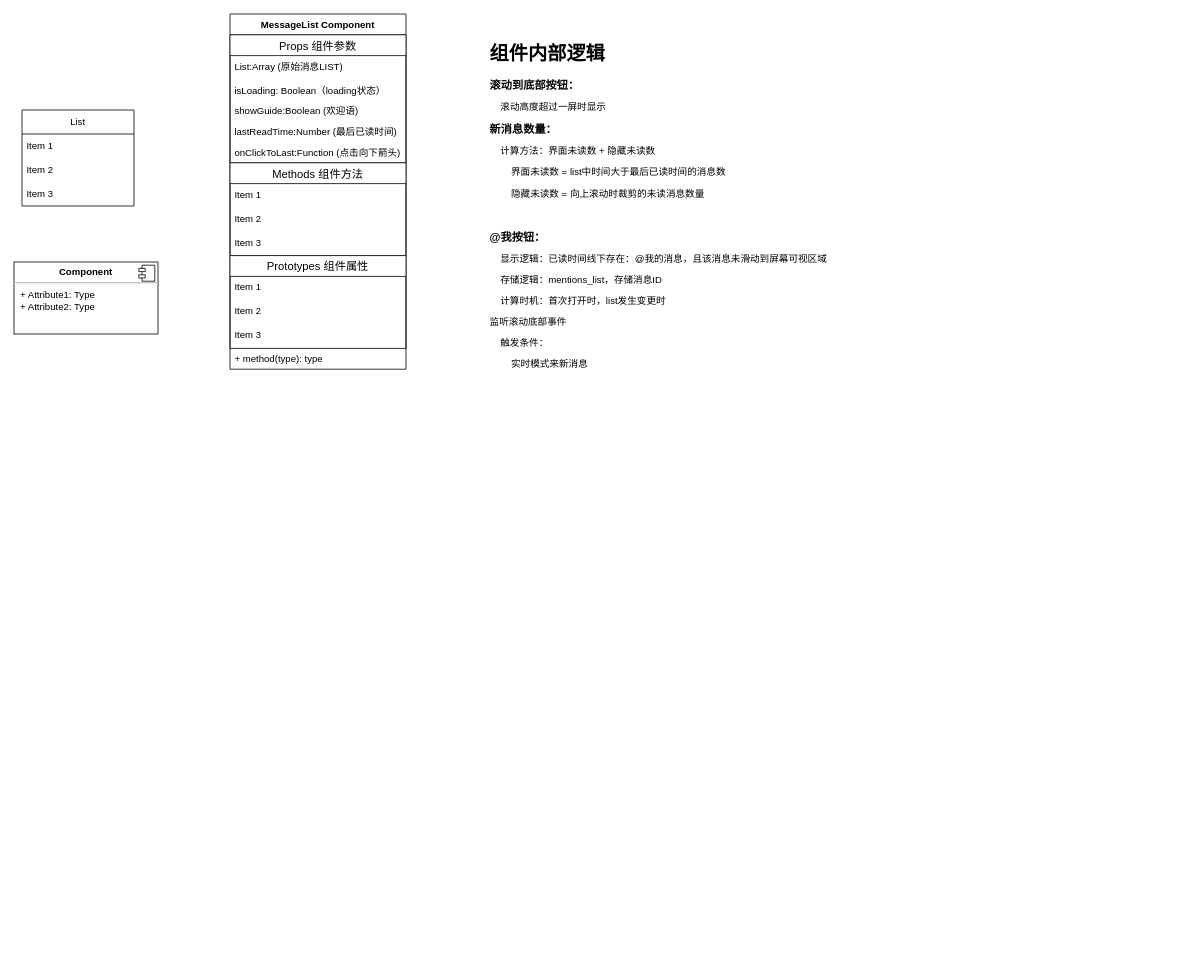
Before: TextRoom.drawio in ccccccp/draw-io, a draw.io diagram. Source tidied: cells renumbered, new cells numbered last; positions are measured from the earlier drawing's top-left corner, leaving out a move shared by most shapes. Both pictures are drawn from the tidied source at 80%, with x=0, y=0 at pixel (14, 14).
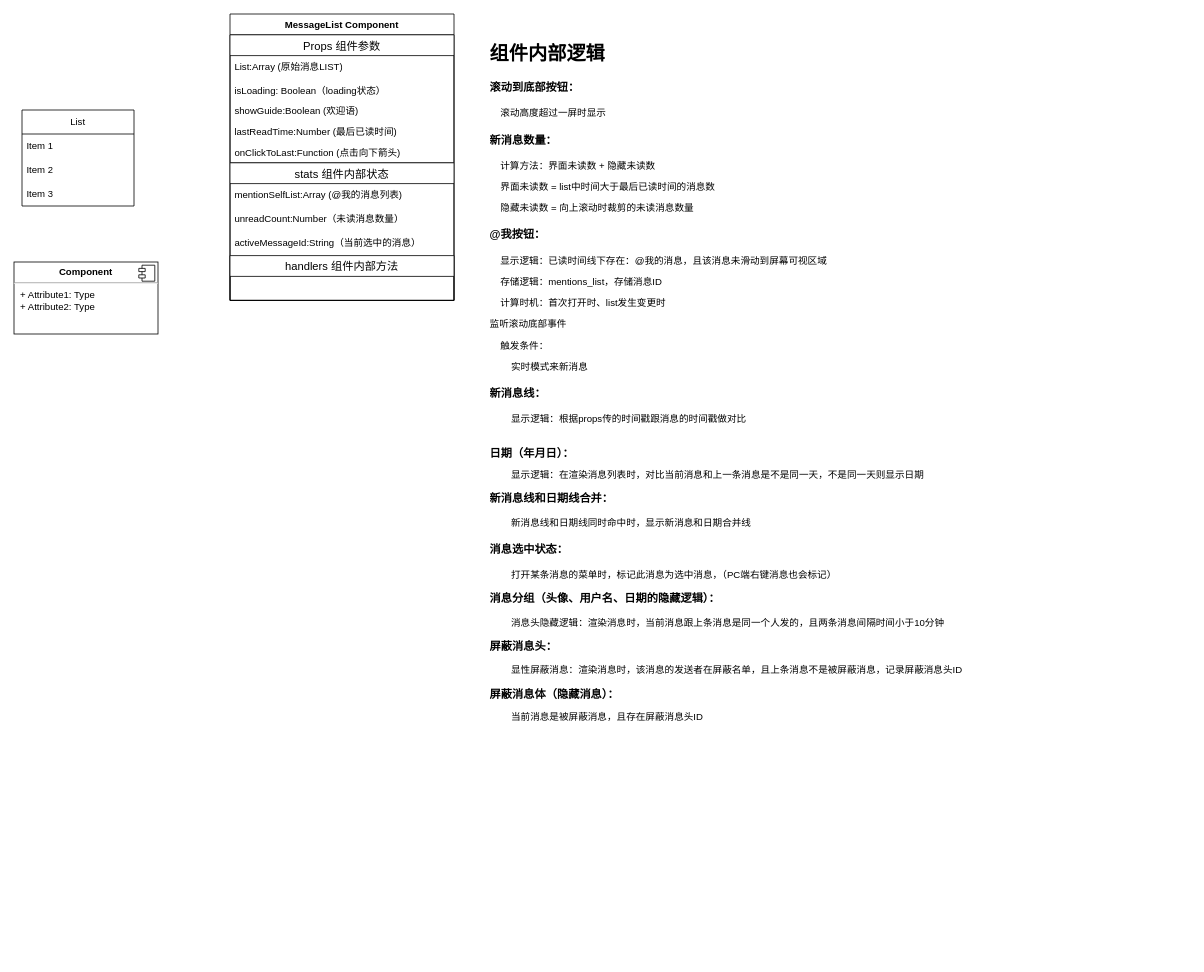
After the change.

The edit, as a diff of the source:
```diff
@@
     <mxCell id="8" value="MessageList Component" style="swimlane;fontStyle=1;align=center;verticalAlign=top;horizontal=1;startSize=26;whiteSpace=wrap;html=1;" parent="1" vertex="1">
-      <mxGeometry x="270" width="220" height="444" as="geometry" />
+      <mxGeometry x="270" width="280" height="358" as="geometry" />
     </mxCell>
     <mxCell id="9" value="Props 组件参数" style="swimlane;fontStyle=0;horizontal=1;startSize=26;align=center;fontSize=14;" parent="8" vertex="1">
-      <mxGeometry y="26" width="220" height="160" as="geometry" />
+      <mxGeometry y="26" width="280" height="160" as="geometry" />
     </mxCell>
     <mxCell id="10" value="List:Array (原始消息LIST)" style="text;strokeColor=none;fillColor=none;spacingLeft=4;spacingRight=4;overflow=hidden;fontSize=12;whiteSpace=wrap;html=1;" parent="9" vertex="1">
-      <mxGeometry y="26" width="220" height="30" as="geometry" />
+      <mxGeometry y="26" width="280" height="30" as="geometry" />
     </mxCell>
     <mxCell id="11" value="isLoading: Boolean（loading状态）" style="text;strokeColor=none;fillColor=none;align=left;verticalAlign=top;spacingLeft=4;spacingRight=4;overflow=hidden;whiteSpace=wrap;html=1;" parent="9" vertex="1">
-      <mxGeometry y="56" width="220" height="26" as="geometry" />
+      <mxGeometry y="56" width="280" height="26" as="geometry" />
     </mxCell>
     <mxCell id="12" value="showGuide:Boolean (欢迎语)" style="text;strokeColor=none;fillColor=none;align=left;verticalAlign=top;spacingLeft=4;spacingRight=4;overflow=hidden;whiteSpace=wrap;html=1;" parent="9" vertex="1">
-      <mxGeometry y="82" width="220" height="26" as="geometry" />
+      <mxGeometry y="82" width="280" height="26" as="geometry" />
     </mxCell>
     <mxCell id="13" value="lastReadTime:Number (最后已读时间)" style="text;strokeColor=none;fillColor=none;align=left;verticalAlign=top;spacingLeft=4;spacingRight=4;overflow=hidden;whiteSpace=wrap;html=1;" parent="9" vertex="1">
-      <mxGeometry y="108" width="220" height="26" as="geometry" />
+      <mxGeometry y="108" width="280" height="26" as="geometry" />
     </mxCell>
     <mxCell id="14" value="onClickToLast:Function (点击向下箭头)" style="text;strokeColor=none;fillColor=none;align=left;verticalAlign=top;spacingLeft=4;spacingRight=4;overflow=hidden;whiteSpace=wrap;html=1;" parent="9" vertex="1">
-      <mxGeometry y="134" width="220" height="26" as="geometry" />
+      <mxGeometry y="134" width="280" height="26" as="geometry" />
     </mxCell>
-    <mxCell id="15" value="Methods 组件方法" style="swimlane;fontStyle=0;horizontal=1;startSize=26;align=center;fontSize=14;" parent="8" vertex="1">
-      <mxGeometry y="186" width="220" height="116" as="geometry" />
-    </mxCell>
-    <mxCell id="16" value="Item 1" style="text;strokeColor=none;fillColor=none;spacingLeft=4;spacingRight=4;overflow=hidden;fontSize=12;whiteSpace=wrap;html=1;" parent="15" vertex="1">
-      <mxGeometry y="26" width="220" height="30" as="geometry" />
-    </mxCell>
-    <mxCell id="17" value="Item 2" style="text;strokeColor=none;fillColor=none;spacingLeft=4;spacingRight=4;overflow=hidden;fontSize=12;whiteSpace=wrap;html=1;" parent="15" vertex="1">
-      <mxGeometry y="56" width="220" height="30" as="geometry" />
-    </mxCell>
-    <mxCell id="18" value="Item 3" style="text;strokeColor=none;fillColor=none;spacingLeft=4;spacingRight=4;overflow=hidden;fontSize=12;whiteSpace=wrap;html=1;" parent="15" vertex="1">
-      <mxGeometry y="86" width="220" height="30" as="geometry" />
-    </mxCell>
-    <mxCell id="19" value="Prototypes 组件属性" style="swimlane;fontStyle=0;horizontal=1;startSize=26;align=center;fontSize=14;" parent="8" vertex="1">
-      <mxGeometry y="302" width="220" height="116" as="geometry" />
+    <mxCell id="19" value="stats 组件内部状态" style="swimlane;fontStyle=0;horizontal=1;startSize=26;align=center;fontSize=14;" parent="8" vertex="1">
+      <mxGeometry y="186" width="280" height="172" as="geometry" />
     </mxCell>
-    <mxCell id="20" value="Item 1" style="text;strokeColor=none;fillColor=none;spacingLeft=4;spacingRight=4;overflow=hidden;fontSize=12;whiteSpace=wrap;html=1;" parent="19" vertex="1">
-      <mxGeometry y="26" width="220" height="30" as="geometry" />
+    <mxCell id="20" value="mentionSelfList:Array (@我的消息列表)" style="text;strokeColor=none;fillColor=none;spacingLeft=4;spacingRight=4;overflow=hidden;fontSize=12;whiteSpace=wrap;html=1;" parent="19" vertex="1">
+      <mxGeometry y="26" width="280" height="30" as="geometry" />
     </mxCell>
-    <mxCell id="21" value="Item 2" style="text;strokeColor=none;fillColor=none;spacingLeft=4;spacingRight=4;overflow=hidden;fontSize=12;whiteSpace=wrap;html=1;" parent="19" vertex="1">
-      <mxGeometry y="56" width="220" height="30" as="geometry" />
+    <mxCell id="21" value="unreadCount:Number（未读消息数量）" style="text;strokeColor=none;fillColor=none;spacingLeft=4;spacingRight=4;overflow=hidden;fontSize=12;whiteSpace=wrap;html=1;" parent="19" vertex="1">
+      <mxGeometry y="56" width="280" height="30" as="geometry" />
     </mxCell>
-    <mxCell id="22" value="Item 3" style="text;strokeColor=none;fillColor=none;spacingLeft=4;spacingRight=4;overflow=hidden;fontSize=12;whiteSpace=wrap;html=1;" parent="19" vertex="1">
-      <mxGeometry y="86" width="220" height="30" as="geometry" />
-    </mxCell>
-    <mxCell id="23" value="+ method(type): type" style="text;strokeColor=none;fillColor=none;align=left;verticalAlign=top;spacingLeft=4;spacingRight=4;overflow=hidden;whiteSpace=wrap;html=1;" parent="8" vertex="1">
-      <mxGeometry y="418" width="220" height="26" as="geometry" />
-    </mxCell>
+    <mxCell id="25" value="activeMessageId:String（当前选中的消息）" style="text;strokeColor=none;fillColor=none;spacingLeft=4;spacingRight=4;overflow=hidden;fontSize=12;whiteSpace=wrap;html=1;" parent="19" vertex="1">
+      <mxGeometry y="86" width="280" height="30" as="geometry" />
+    </mxCell>
+    <mxCell id="26" value="handlers 组件内部方法" style="swimlane;fontStyle=0;horizontal=1;startSize=26;align=center;fontSize=14;" parent="19" vertex="1">
+      <mxGeometry y="116" width="280" height="56" as="geometry" />
+    </mxCell>
-    <mxCell id="24" value="&lt;h1&gt;组件内部逻辑&lt;br&gt;&lt;/h1&gt;&lt;p&gt;&lt;b&gt;&lt;font style=&quot;font-size: 14px;&quot;&gt;滚动到底部按钮：&lt;/font&gt;&lt;/b&gt;&lt;/p&gt;&lt;p&gt;&lt;span style=&quot;&quot;&gt;&lt;span style=&quot;white-space: pre;&quot;&gt;&amp;nbsp;&amp;nbsp;&amp;nbsp;&amp;nbsp;&lt;/span&gt;&lt;/span&gt;滚动高度超过一屏时显示&lt;/p&gt;&lt;p&gt;&lt;font style=&quot;font-size: 14px;&quot;&gt;&lt;b&gt;新消息数量：&lt;/b&gt;&lt;/font&gt;&lt;/p&gt;&lt;p&gt;&lt;span style=&quot;&quot;&gt;&lt;span style=&quot;white-space: pre;&quot;&gt;&amp;nbsp;&amp;nbsp;&amp;nbsp;&amp;nbsp;计算方法：界面未读数 + 隐藏未读数&lt;/span&gt;&lt;/span&gt;&lt;br&gt;&lt;/p&gt;&lt;p&gt;&lt;span style=&quot;white-space: pre;&quot;&gt;&#9;&lt;/span&gt;界面未读数 = list中时间大于最后已读时间的消息数&lt;br&gt;&lt;/p&gt;&lt;p&gt;&lt;span style=&quot;white-space: pre;&quot;&gt;&#9;&lt;/span&gt;隐藏未读数 = 向上滚动时裁剪的未读消息数量&lt;br&gt;&lt;/p&gt;&lt;p&gt;&lt;br&gt;&lt;/p&gt;&lt;p style=&quot;border-color: var(--border-color);&quot;&gt;&lt;font style=&quot;border-color: var(--border-color); font-size: 14px;&quot;&gt;&lt;b style=&quot;border-color: var(--border-color);&quot;&gt;@我按钮：&lt;/b&gt;&lt;/font&gt;&lt;/p&gt;&lt;p style=&quot;border-color: var(--border-color);&quot;&gt;&lt;span style=&quot;white-space: pre;&quot;&gt;&amp;nbsp;&amp;nbsp;&amp;nbsp;&amp;nbsp;显示逻辑：已读时间线下存在：@我的消息，且该消息未滑动到屏幕可视区域&lt;/span&gt;&lt;/p&gt;&lt;p style=&quot;border-color: var(--border-color);&quot;&gt;&amp;nbsp; &amp;nbsp; 存储逻辑：mentions_list，存储消息ID&lt;/p&gt;&lt;p style=&quot;border-color: var(--border-color);&quot;&gt;&amp;nbsp; &amp;nbsp; 计算时机：首次打开时，list发生变更时&lt;/p&gt;&lt;p style=&quot;border-color: var(--border-color);&quot;&gt;监听滚动底部事件&lt;/p&gt;&lt;p style=&quot;border-color: var(--border-color);&quot;&gt;&amp;nbsp; &amp;nbsp; 触发条件：&lt;/p&gt;&lt;p style=&quot;border-color: var(--border-color);&quot;&gt;&amp;nbsp; &amp;nbsp; &amp;nbsp; &amp;nbsp; 实时模式来新消息&lt;/p&gt;&lt;p style=&quot;border-color: var(--border-color);&quot;&gt;&lt;br&gt;&lt;/p&gt;" style="text;html=1;spacing=5;spacingTop=-20;whiteSpace=wrap;overflow=hidden;rounded=0;" parent="1" vertex="1">
+    <mxCell id="24" value="&lt;h1&gt;组件内部逻辑&lt;br&gt;&lt;/h1&gt;&lt;h2&gt;&lt;b&gt;&lt;font style=&quot;font-size: 14px;&quot;&gt;滚动到底部按钮：&lt;/font&gt;&lt;/b&gt;&lt;/h2&gt;&lt;p&gt;&lt;span style=&quot;&quot;&gt;&lt;span style=&quot;&quot;&gt;&amp;nbsp;&amp;nbsp;&amp;nbsp;&amp;nbsp;&lt;/span&gt;&lt;/span&gt;滚动高度超过一屏时显示&lt;/p&gt;&lt;h2&gt;&lt;font style=&quot;font-size: 14px;&quot;&gt;&lt;b&gt;新消息数量：&lt;/b&gt;&lt;/font&gt;&lt;/h2&gt;&lt;p&gt;&lt;span style=&quot;&quot;&gt;&lt;span style=&quot;&quot;&gt;&amp;nbsp;&amp;nbsp;&amp;nbsp;&amp;nbsp;计算方法：界面未读数 + 隐藏未读数&lt;/span&gt;&lt;/span&gt;&lt;br&gt;&lt;/p&gt;&lt;p&gt;&lt;span style=&quot;&quot;&gt;&lt;span style=&quot;white-space: pre;&quot;&gt;&amp;nbsp;&amp;nbsp;&amp;nbsp;&amp;nbsp;&lt;/span&gt;&lt;/span&gt;界面未读数 = list中时间大于最后已读时间的消息数&lt;br&gt;&lt;/p&gt;&lt;p&gt;&lt;span style=&quot;&quot;&gt;&lt;span style=&quot;white-space: pre;&quot;&gt;&amp;nbsp;&amp;nbsp;&amp;nbsp;&amp;nbsp;&lt;/span&gt;&lt;/span&gt;隐藏未读数 = 向上滚动时裁剪的未读消息数量&lt;/p&gt;&lt;h2 style=&quot;border-color: var(--border-color);&quot;&gt;&lt;font style=&quot;border-color: var(--border-color); font-size: 14px;&quot;&gt;&lt;b style=&quot;border-color: var(--border-color);&quot;&gt;@我按钮：&lt;/b&gt;&lt;/font&gt;&lt;/h2&gt;&lt;p style=&quot;border-color: var(--border-color);&quot;&gt;&lt;span style=&quot;&quot;&gt;&amp;nbsp;&amp;nbsp;&amp;nbsp;&amp;nbsp;显示逻辑：已读时间线下存在：@我的消息，且该消息未滑动到屏幕可视区域&lt;/span&gt;&lt;/p&gt;&lt;p style=&quot;border-color: var(--border-color);&quot;&gt;&amp;nbsp; &amp;nbsp; 存储逻辑：mentions_list，存储消息ID&lt;/p&gt;&lt;p style=&quot;border-color: var(--border-color);&quot;&gt;&amp;nbsp; &amp;nbsp; 计算时机：首次打开时、list发生变更时&lt;/p&gt;&lt;p style=&quot;border-color: var(--border-color);&quot;&gt;监听滚动底部事件&lt;/p&gt;&lt;p style=&quot;border-color: var(--border-color);&quot;&gt;&amp;nbsp; &amp;nbsp; 触发条件：&lt;/p&gt;&lt;p style=&quot;border-color: var(--border-color);&quot;&gt;&amp;nbsp; &amp;nbsp; &amp;nbsp; &amp;nbsp; 实时模式来新消息&lt;/p&gt;&lt;h2 style=&quot;border-color: var(--border-color);&quot;&gt;&lt;font style=&quot;font-size: 14px;&quot;&gt;新消息线：&lt;/font&gt;&lt;/h2&gt;&lt;div&gt;&lt;span style=&quot;white-space: pre;&quot;&gt;&#9;&lt;/span&gt;显示逻辑：根据props传的时间戳跟消息的时间戳做对比&lt;/div&gt;&lt;div&gt;&lt;br&gt;&lt;/div&gt;&lt;div&gt;&lt;p style=&quot;border-color: var(--border-color);&quot;&gt;&lt;b style=&quot;border-color: var(--border-color);&quot;&gt;&lt;font style=&quot;border-color: var(--border-color); font-size: 14px;&quot;&gt;日期（年月日）：&lt;/font&gt;&lt;/b&gt;&lt;/p&gt;&lt;p style=&quot;border-color: var(--border-color);&quot;&gt;&lt;span style=&quot;white-space: pre;&quot;&gt;&amp;nbsp;&amp;nbsp;&amp;nbsp;&amp;nbsp;    &lt;/span&gt;显示逻辑：在渲染消息列表时，对比当前消息和上一条消息是不是同一天，不是同一天则显示日期&lt;/p&gt;&lt;h3 style=&quot;border-color: var(--border-color);&quot;&gt;新消息线和日期线合并：&lt;/h3&gt;&lt;p style=&quot;border-color: var(--border-color);&quot;&gt;&lt;span style=&quot;white-space: pre;&quot;&gt;&#9;&lt;/span&gt;新消息线和日期线同时命中时，显示新消息和日期合并线&lt;/p&gt;&lt;/div&gt;&lt;h2 style=&quot;border-color: var(--border-color);&quot;&gt;&lt;font style=&quot;font-size: 14px;&quot;&gt;消息选中状态：&lt;/font&gt;&lt;/h2&gt;&lt;p style=&quot;border-color: var(--border-color);&quot;&gt;&lt;span style=&quot;white-space: pre;&quot;&gt;&#9;&lt;/span&gt;打开某条消息的菜单时，标记此消息为选中消息，（PC端右键消息也会标记）&lt;/p&gt;&lt;h3 style=&quot;border-color: var(--border-color);&quot;&gt;消息分组（头像、用户名、日期的隐藏逻辑）：&lt;/h3&gt;&lt;p style=&quot;border-color: var(--border-color);&quot;&gt;&lt;span style=&quot;&quot;&gt;&lt;span style=&quot;white-space: pre;&quot;&gt;&amp;nbsp;&amp;nbsp;&amp;nbsp;&amp;nbsp;    &lt;/span&gt;&lt;/span&gt;消息头隐藏逻辑：渲染消息时，当前消息跟上条消息是同一个人发的，且两条消息间隔时间小于10分钟&lt;br&gt;&lt;/p&gt;&lt;h3 style=&quot;border-color: var(--border-color);&quot;&gt;屏蔽消息头：&lt;/h3&gt;&lt;div&gt;&amp;nbsp; &amp;nbsp; &amp;nbsp; &amp;nbsp; 显性屏蔽消息：渲染消息时，该消息的发送者在屏蔽名单，且上条消息不是被屏蔽消息，记录屏蔽消息头ID&lt;/div&gt;&lt;h3 style=&quot;border-color: var(--border-color);&quot;&gt;屏蔽消息体（隐藏消息）：&lt;/h3&gt;&lt;div&gt;&lt;span style=&quot;&quot;&gt;&lt;span style=&quot;white-space: pre;&quot;&gt;&amp;nbsp;&amp;nbsp;&amp;nbsp;&amp;nbsp;    &lt;/span&gt;&lt;/span&gt;当前消息是被屏蔽消息，且存在屏蔽消息头ID&lt;br&gt;&lt;/div&gt;&lt;p style=&quot;border-color: var(--border-color);&quot;&gt;&lt;br&gt;&lt;/p&gt;" style="text;html=1;spacing=5;spacingTop=-20;whiteSpace=wrap;overflow=hidden;rounded=0;" parent="1" vertex="1">
       <mxGeometry x="590" y="30" width="880" height="1150" as="geometry" />
     </mxCell>
```
